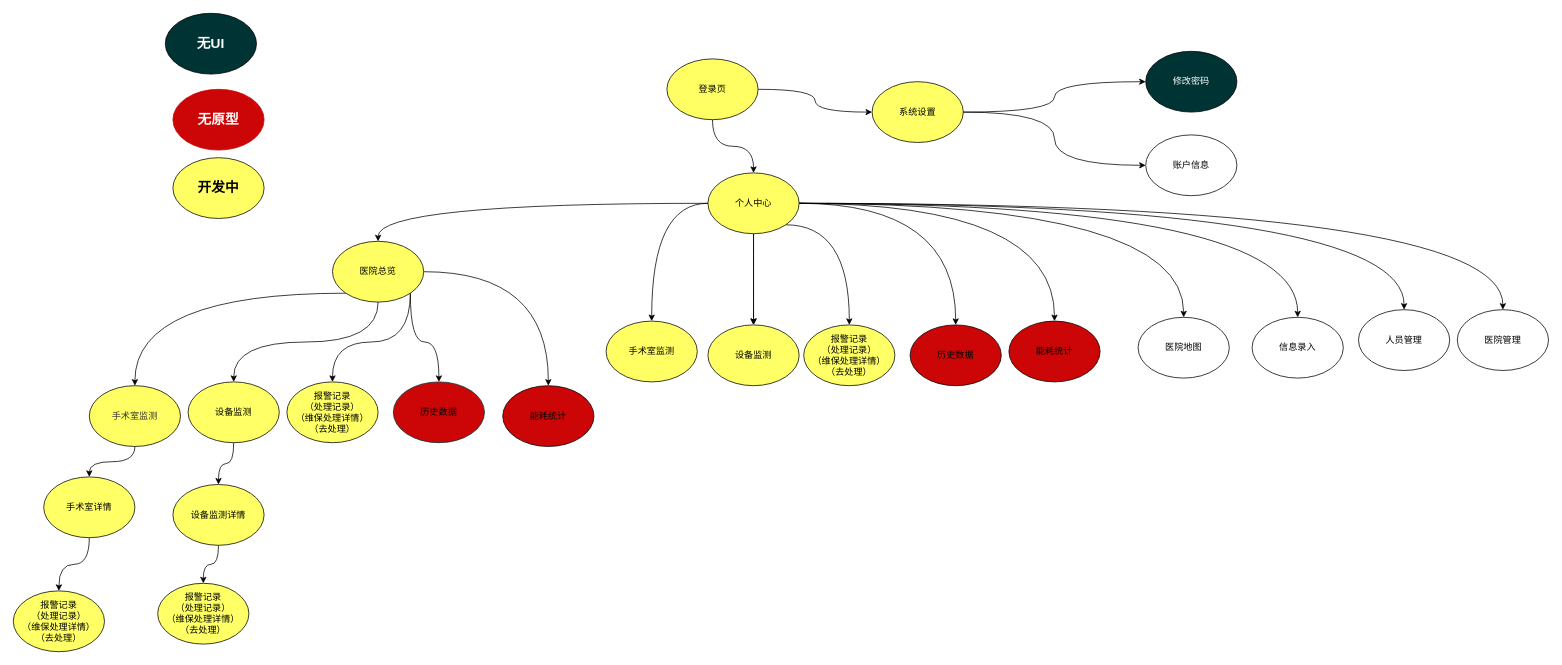
This is 未命名绘图.drawio from linround/2022, a draw.io file, before an edit. Source tidied: cells renumbered, new cells numbered last; positions are measured from the earlier drawing's top-left corner, leaving out a move shared by most shapes. Both pictures are drawn from the tidied source at 76%, with x=0, y=0 at pixel (13, 13).
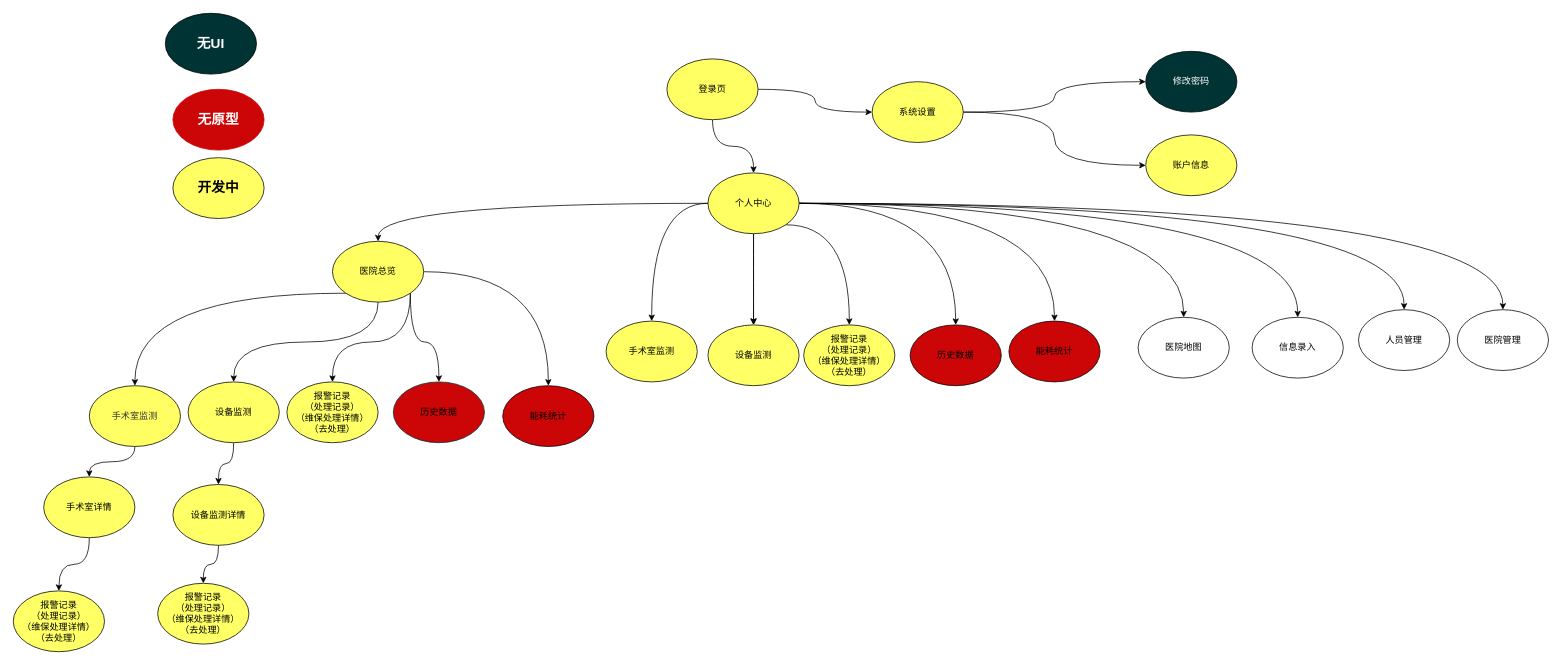
Above is the later version.

Commit message:
更新未命名绘图.drawio

What changed in the source:
```diff
@@
-    <mxCell id="48" value="账户信息" style="ellipse;whiteSpace=wrap;html=1;" parent="1" vertex="1">
+    <mxCell id="48" value="账户信息" style="ellipse;whiteSpace=wrap;html=1;fillColor=#FFFF66;" parent="1" vertex="1">
       <mxGeometry x="1490" y="160" width="120" height="80" as="geometry" />
     </mxCell>
```
